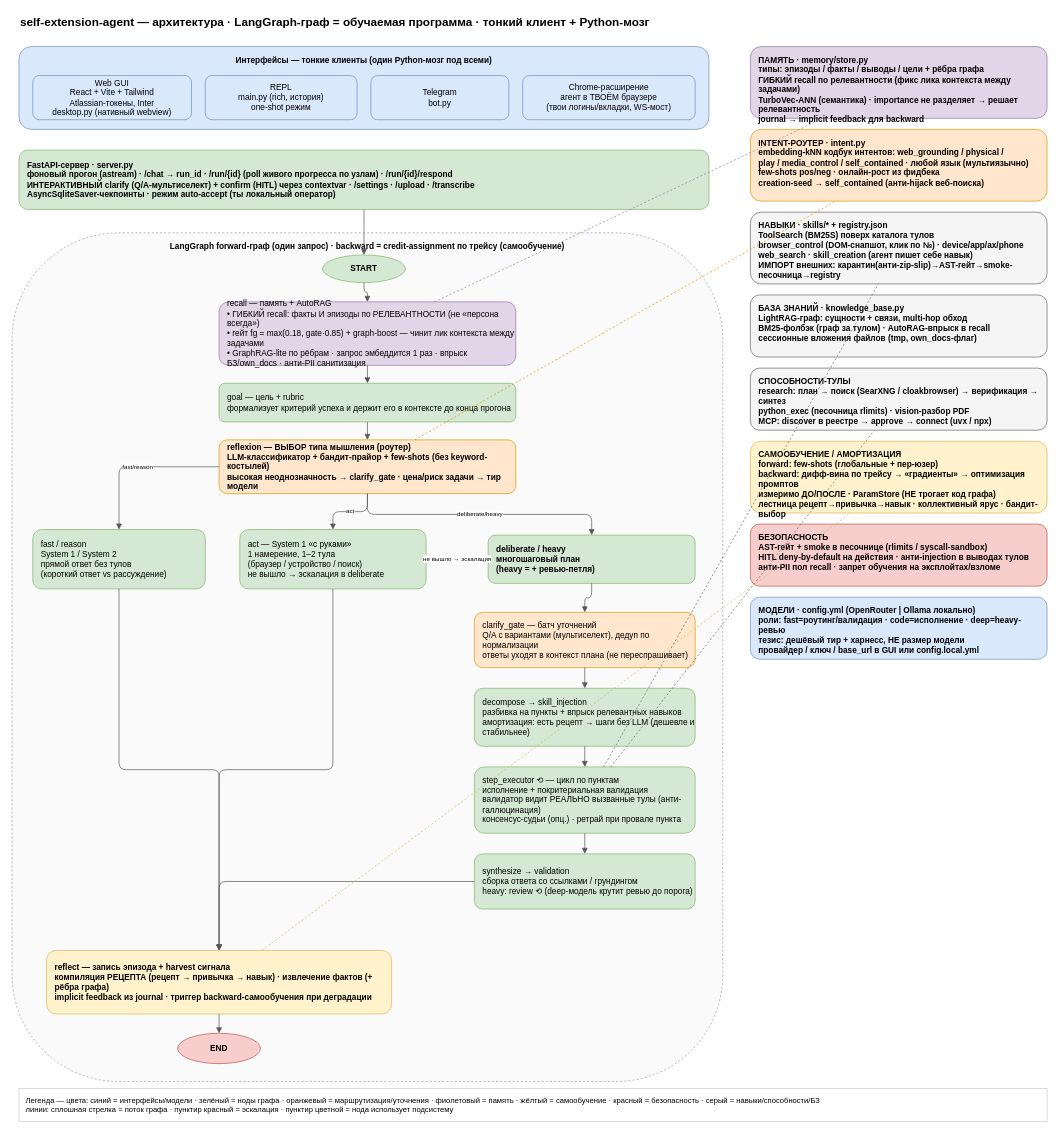
Above: docs/architecture.drawio in adelardw/SelfExtensionAgent (draw.io), before the change. Source tidied: cells renumbered, new cells numbered last; positions are measured from the earlier drawing's top-left corner, leaving out a move shared by most shapes. Both pictures are drawn from the tidied source at 69%, with x=0, y=0 at pixel (12, 12).
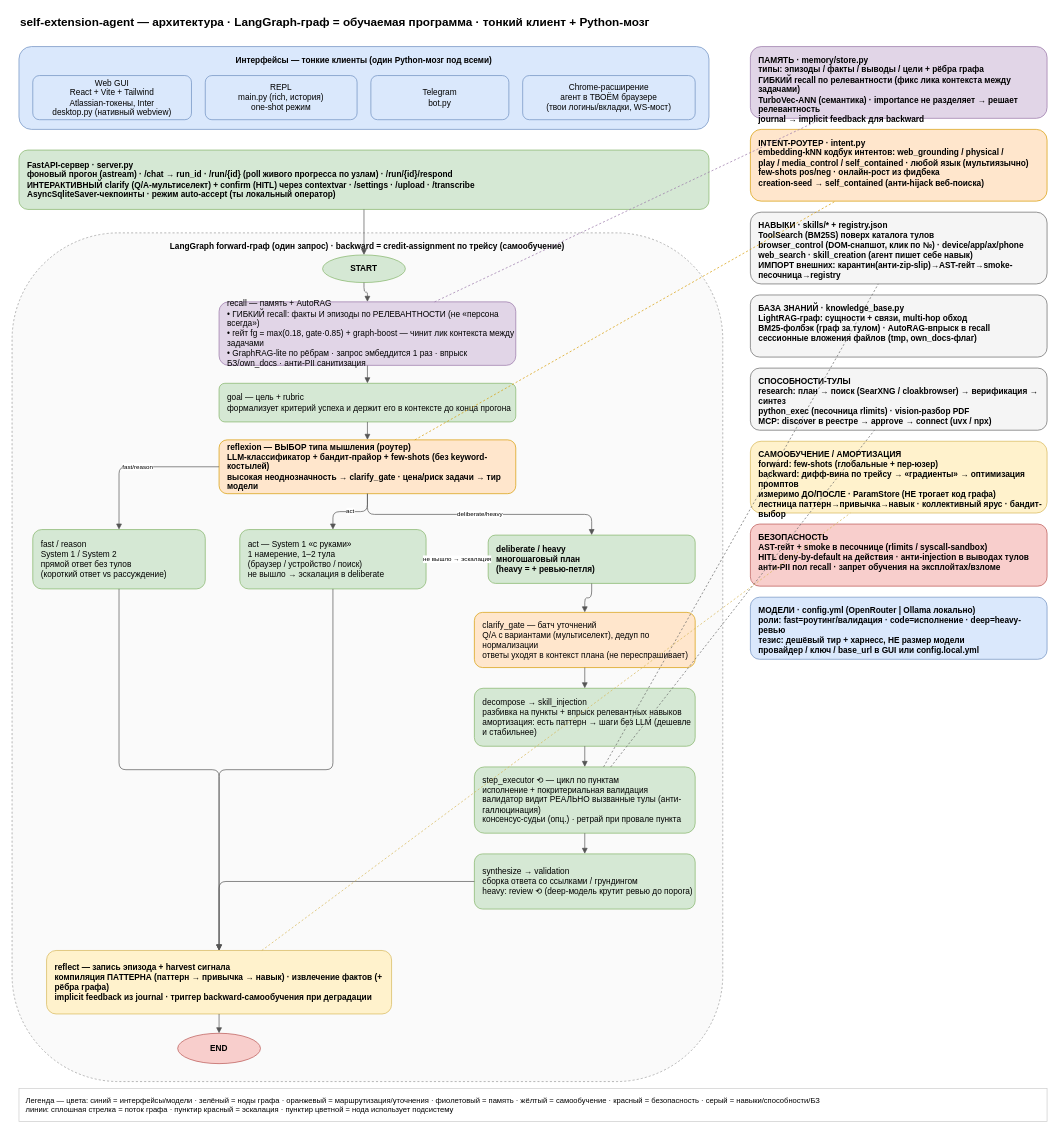
The same page after the edit.

Commit message (it also covers changes not shown here):
docs: rename concept "recipe"→"pattern" in prose/diagrams (code identifiers untouched)

What changed in the source:
```diff
@@
-    <mxCell id="18" value="decompose → skill_injection&#10;разбивка на пункты + впрыск релевантных навыков&#10;амортизация: есть рецепт → шаги без LLM (дешевле и стабильнее)" style="rounded=1;whiteSpace=wrap;html=1;fillColor=#d5e8d4;strokeColor=#82b366;align=left;verticalAlign=middle;spacingLeft=10;" parent="1" vertex="1">
+    <mxCell id="18" value="decompose → skill_injection&#10;разбивка на пункты + впрыск релевантных навыков&#10;амортизация: есть паттерн → шаги без LLM (дешевле и стабильнее)" style="rounded=1;whiteSpace=wrap;html=1;fillColor=#d5e8d4;strokeColor=#82b366;align=left;verticalAlign=middle;spacingLeft=10;" parent="1" vertex="1">
       <mxGeometry x="670" y="980" width="320" height="84" as="geometry" />
     </mxCell>
@@
-    <mxCell id="21" value="reflect — запись эпизода + harvest сигнала&#10;компиляция РЕЦЕПТА (рецепт → привычка → навык) · извлечение фактов (+ рёбра графа)&#10;implicit feedback из journal · триггер backward-самообучения при деградации" style="rounded=1;whiteSpace=wrap;html=1;fillColor=#fff2cc;strokeColor=#d6b656;fontStyle=1;align=left;verticalAlign=middle;spacingLeft=10;" parent="1" vertex="1">
+    <mxCell id="21" value="reflect — запись эпизода + harvest сигнала&#10;компиляция ПАТТЕРНА (паттерн → привычка → навык) · извлечение фактов (+ рёбра графа)&#10;implicit feedback из journal · триггер backward-самообучения при деградации" style="rounded=1;whiteSpace=wrap;html=1;fillColor=#fff2cc;strokeColor=#d6b656;fontStyle=1;align=left;verticalAlign=middle;spacingLeft=10;" parent="1" vertex="1">
       <mxGeometry x="50" y="1360" width="500" height="92" as="geometry" />
     </mxCell>
@@
-    <mxCell id="44" value="САМООБУЧЕНИЕ / АМОРТИЗАЦИЯ&#10;forward: few-shots (глобальные + пер-юзер)&#10;backward: дифф-вина по трейсу → «градиенты» → оптимизация промптов&#10;измеримо ДО/ПОСЛЕ · ParamStore (НЕ трогает код графа)&#10;лестница рецепт→привычка→навык · коллективный ярус · бандит-выбор" style="rounded=1;whiteSpace=wrap;html=1;fillColor=#fff2cc;strokeColor=#d6b656;verticalAlign=top;align=left;spacingLeft=10;spacingTop=6;fontStyle=1;" parent="1" vertex="1">
+    <mxCell id="44" value="САМООБУЧЕНИЕ / АМОРТИЗАЦИЯ&#10;forward: few-shots (глобальные + пер-юзер)&#10;backward: дифф-вина по трейсу → «градиенты» → оптимизация промптов&#10;измеримо ДО/ПОСЛЕ · ParamStore (НЕ трогает код графа)&#10;лестница паттерн→привычка→навык · коллективный ярус · бандит-выбор" style="rounded=1;whiteSpace=wrap;html=1;fillColor=#fff2cc;strokeColor=#d6b656;verticalAlign=top;align=left;spacingLeft=10;spacingTop=6;fontStyle=1;" parent="1" vertex="1">
       <mxGeometry x="1070" y="622" width="430" height="104" as="geometry" />
     </mxCell>
```
